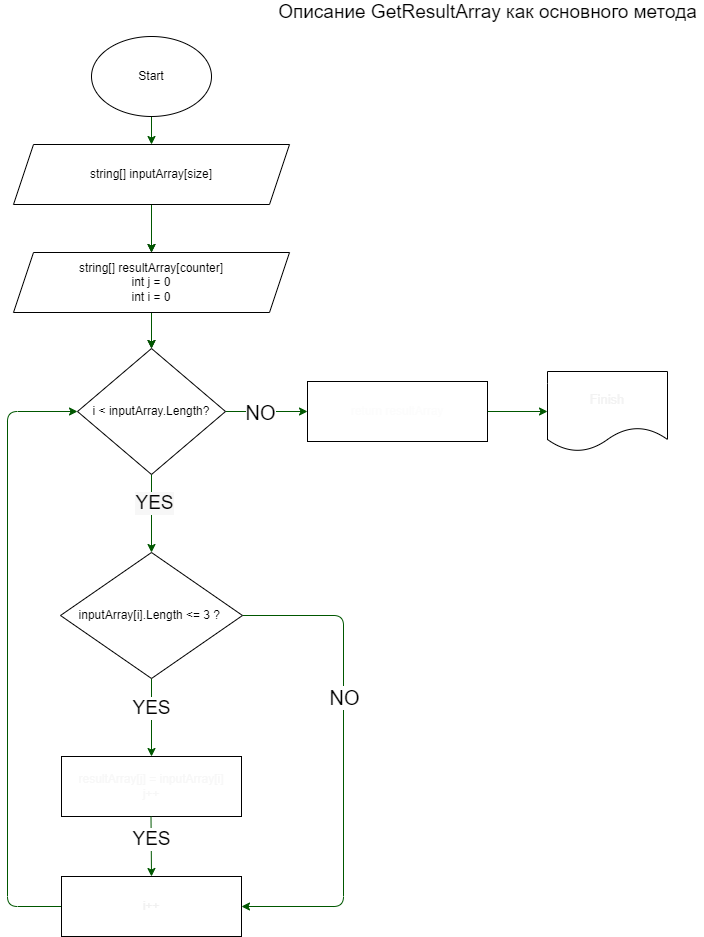
This is block.drawio.png from IgorHolin/FirstBlockTest, a draw.io export, as it was before one commit. Source tidied: cells renumbered, new cells last; positions are measured from the earlier drawing's top-left corner, leaving out a move shared by most shapes.
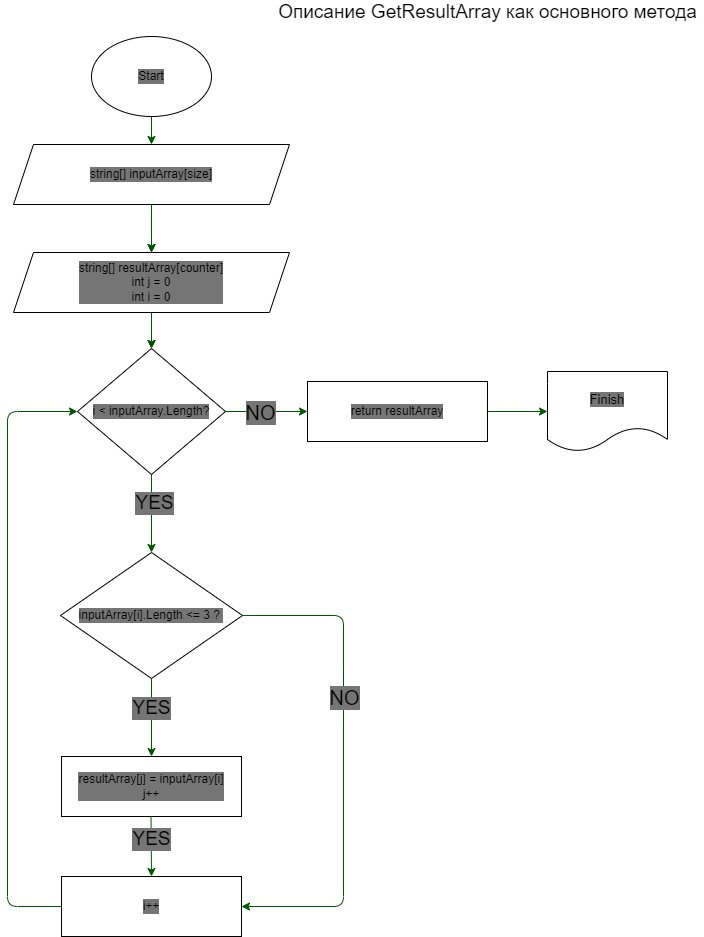
The same diagram one commit later.

The edit, as a diff of the source:
```diff
@@ -2,60 +2,60 @@
   <root>
     <mxCell id="0" />
     <mxCell id="1" parent="0" />
-    <mxCell id="2" style="edgeStyle=none;html=1;exitX=0.5;exitY=1;exitDx=0;exitDy=0;entryX=0.5;entryY=0;entryDx=0;entryDy=0;fontSize=19;fontColor=#000000;fillColor=#008a00;strokeColor=#005700;" parent="1" edge="1" source="3" target="6">
+    <mxCell id="2" style="edgeStyle=none;html=1;exitX=0.5;exitY=1;exitDx=0;exitDy=0;entryX=0.5;entryY=0;entryDx=0;entryDy=0;fontSize=19;fontColor=#000000;fillColor=#008a00;strokeColor=#005700;labelBackgroundColor=#757575;" parent="1" edge="1" source="3" target="6">
       <mxGeometry relative="1" as="geometry" />
     </mxCell>
-    <mxCell id="3" value="Start" style="ellipse;whiteSpace=wrap;html=1;" parent="1" vertex="1">
+    <mxCell id="3" value="Start" style="ellipse;whiteSpace=wrap;html=1;fontColor=#000000;labelBackgroundColor=#757575;" parent="1" vertex="1">
       <mxGeometry x="84" y="36" width="120" height="80" as="geometry" />
     </mxCell>
-    <mxCell id="4" style="edgeStyle=none;html=1;fontSize=19;fontColor=#000000;" parent="1" edge="1" source="6" target="10">
+    <mxCell id="4" style="edgeStyle=none;html=1;fontSize=19;fontColor=#000000;labelBackgroundColor=#757575;" parent="1" edge="1" source="6" target="10">
       <mxGeometry relative="1" as="geometry" />
     </mxCell>
-    <mxCell id="5" style="edgeStyle=none;html=1;exitX=0.5;exitY=1;exitDx=0;exitDy=0;entryX=0.5;entryY=0;entryDx=0;entryDy=0;fontSize=19;fontColor=#000000;fillColor=#008a00;strokeColor=#005700;" parent="1" edge="1" source="6" target="10">
+    <mxCell id="5" style="edgeStyle=none;html=1;exitX=0.5;exitY=1;exitDx=0;exitDy=0;entryX=0.5;entryY=0;entryDx=0;entryDy=0;fontSize=19;fontColor=#000000;fillColor=#008a00;strokeColor=#005700;labelBackgroundColor=#757575;" parent="1" edge="1" source="6" target="10">
       <mxGeometry relative="1" as="geometry" />
     </mxCell>
-    <mxCell id="6" value="string[] inputArray[size]&lt;br&gt;" style="shape=parallelogram;perimeter=parallelogramPerimeter;whiteSpace=wrap;html=1;fixedSize=1;" parent="1" vertex="1">
+    <mxCell id="6" value="string[] inputArray[size]&lt;br&gt;" style="shape=parallelogram;perimeter=parallelogramPerimeter;whiteSpace=wrap;html=1;fixedSize=1;fontColor=#000000;labelBackgroundColor=#757575;" parent="1" vertex="1">
       <mxGeometry x="6" y="144" width="276" height="60" as="geometry" />
     </mxCell>
     <mxCell id="7" value="&lt;font color=&quot;#000000&quot; style=&quot;font-size: 19px&quot;&gt;Описание GetResultArray как основного метода&lt;/font&gt;" style="text;html=1;align=center;verticalAlign=middle;strokeColor=none;fillColor=none;" parent="1" vertex="1">
       <mxGeometry x="264" width="432" height="24" as="geometry" />
     </mxCell>
-    <mxCell id="8" style="edgeStyle=none;html=1;fontSize=19;fontColor=#000000;" parent="1" edge="1" source="10" target="15">
+    <mxCell id="8" style="edgeStyle=none;html=1;fontSize=19;fontColor=#000000;labelBackgroundColor=#757575;" parent="1" edge="1" source="10" target="15">
       <mxGeometry relative="1" as="geometry" />
     </mxCell>
-    <mxCell id="9" style="edgeStyle=none;html=1;exitX=0.5;exitY=1;exitDx=0;exitDy=0;fontSize=19;fontColor=#000000;fillColor=#008a00;strokeColor=#005700;" parent="1" edge="1" source="10">
+    <mxCell id="9" style="edgeStyle=none;html=1;exitX=0.5;exitY=1;exitDx=0;exitDy=0;fontSize=19;fontColor=#000000;fillColor=#008a00;strokeColor=#005700;labelBackgroundColor=#757575;" parent="1" edge="1" source="10">
       <mxGeometry relative="1" as="geometry">
         <mxPoint x="144" y="348" as="targetPoint" />
       </mxGeometry>
     </mxCell>
-    <mxCell id="10" value="string[] resultArray[counter]&lt;br&gt;int j = 0&lt;br&gt;int i = 0" style="shape=parallelogram;perimeter=parallelogramPerimeter;whiteSpace=wrap;html=1;fixedSize=1;" parent="1" vertex="1">
+    <mxCell id="10" value="string[] resultArray[counter]&lt;br&gt;int j = 0&lt;br&gt;int i = 0" style="shape=parallelogram;perimeter=parallelogramPerimeter;whiteSpace=wrap;html=1;fixedSize=1;fontColor=#000000;labelBackgroundColor=#757575;" parent="1" vertex="1">
       <mxGeometry x="6" y="252" width="276" height="60" as="geometry" />
     </mxCell>
-    <mxCell id="11" style="edgeStyle=none;html=1;exitX=1;exitY=0.5;exitDx=0;exitDy=0;fontSize=19;fontColor=#000000;fillColor=#008a00;strokeColor=#005700;" parent="1" edge="1" source="15">
+    <mxCell id="11" style="edgeStyle=none;html=1;exitX=1;exitY=0.5;exitDx=0;exitDy=0;fontSize=19;fontColor=#000000;fillColor=#008a00;strokeColor=#005700;labelBackgroundColor=#757575;" parent="1" edge="1" source="15">
       <mxGeometry relative="1" as="geometry">
         <mxPoint x="300" y="411" as="targetPoint" />
       </mxGeometry>
     </mxCell>
-    <mxCell id="12" value="NO" style="edgeLabel;html=1;align=center;verticalAlign=middle;fontSize=20;fontColor=#000000;labelBackgroundColor=#FFFFFF;" parent="11" vertex="1">
+    <mxCell id="12" value="NO" style="edgeLabel;html=1;align=center;verticalAlign=middle;fontSize=20;fontColor=#000000;labelBackgroundColor=#757575;" parent="11" vertex="1">
       <mxGeometry x="-0.48" y="-4" relative="1" as="geometry">
         <mxPoint x="13" y="-4" as="offset" />
       </mxGeometry>
     </mxCell>
-    <mxCell id="13" style="edgeStyle=none;html=1;entryX=0.5;entryY=0;entryDx=0;entryDy=0;fontSize=19;fontColor=#000000;fillColor=#008a00;strokeColor=#005700;" parent="1" edge="1" source="15" target="19">
+    <mxCell id="13" style="edgeStyle=none;html=1;entryX=0.5;entryY=0;entryDx=0;entryDy=0;fontSize=19;fontColor=#000000;fillColor=#008a00;strokeColor=#005700;labelBackgroundColor=#757575;" parent="1" edge="1" source="15" target="19">
       <mxGeometry relative="1" as="geometry" />
     </mxCell>
-    <mxCell id="14" value="YES" style="edgeLabel;html=1;align=center;verticalAlign=middle;fontSize=19;fontColor=#000000;labelBackgroundColor=#F7F7F7;" parent="13" vertex="1">
+    <mxCell id="14" value="YES" style="edgeLabel;html=1;align=center;verticalAlign=middle;fontSize=19;fontColor=#000000;labelBackgroundColor=#757575;" parent="13" vertex="1">
       <mxGeometry x="-0.28" y="2" relative="1" as="geometry" />
     </mxCell>
-    <mxCell id="15" value="i &amp;lt; inputArray.Length?" style="rhombus;whiteSpace=wrap;html=1;" parent="1" vertex="1">
+    <mxCell id="15" value="i &amp;lt; inputArray.Length?" style="rhombus;whiteSpace=wrap;html=1;fontColor=#000000;labelBackgroundColor=#757575;" parent="1" vertex="1">
       <mxGeometry x="70" y="348" width="148" height="126" as="geometry" />
     </mxCell>
-    <mxCell id="16" value="YES" style="edgeStyle=none;html=1;exitX=0.5;exitY=1;exitDx=0;exitDy=0;fontSize=19;fontColor=#000000;fillColor=#008a00;strokeColor=#005700;labelBackgroundColor=#FFFFFF;" parent="1" edge="1" source="19">
+    <mxCell id="16" value="YES" style="edgeStyle=none;html=1;exitX=0.5;exitY=1;exitDx=0;exitDy=0;fontSize=19;fontColor=#000000;fillColor=#008a00;strokeColor=#005700;labelBackgroundColor=#757575;" parent="1" edge="1" source="19">
       <mxGeometry x="-0.23" relative="1" as="geometry">
         <mxPoint x="144" y="756" as="targetPoint" />
       </mxGeometry>
     </mxCell>
-    <mxCell id="17" style="edgeStyle=none;html=1;exitX=1;exitY=0.5;exitDx=0;exitDy=0;entryX=1;entryY=0.5;entryDx=0;entryDy=0;labelBackgroundColor=#FFFFFF;fontSize=12;fontColor=#FFFFFF;fillColor=#008a00;strokeColor=#005700;" parent="1" edge="1" source="19" target="22">
+    <mxCell id="17" style="edgeStyle=none;html=1;exitX=1;exitY=0.5;exitDx=0;exitDy=0;entryX=1;entryY=0.5;entryDx=0;entryDy=0;labelBackgroundColor=#757575;fontSize=12;fontColor=#000000;fillColor=#008a00;strokeColor=#005700;" parent="1" edge="1" source="19" target="22">
       <mxGeometry relative="1" as="geometry">
         <Array as="points">
           <mxPoint x="336" y="615" />
@@ -63,16 +63,16 @@
         </Array>
       </mxGeometry>
     </mxCell>
-    <mxCell id="18" value="NO" style="edgeLabel;html=1;align=center;verticalAlign=middle;fontSize=20;fontColor=#000000;labelBackgroundColor=#FFFFFF;" parent="17" vertex="1">
+    <mxCell id="18" value="NO" style="edgeLabel;html=1;align=center;verticalAlign=middle;fontSize=20;fontColor=#000000;labelBackgroundColor=#757575;" parent="17" vertex="1">
       <mxGeometry x="-0.26" relative="1" as="geometry" />
     </mxCell>
-    <mxCell id="19" value="inputArray[i].Length &amp;lt;= 3 ?&amp;nbsp;" style="rhombus;whiteSpace=wrap;html=1;labelBackgroundColor=default;" parent="1" vertex="1">
+    <mxCell id="19" value="inputArray[i].Length &amp;lt;= 3 ?&amp;nbsp;" style="rhombus;whiteSpace=wrap;html=1;labelBackgroundColor=#757575;fontColor=#000000;" parent="1" vertex="1">
       <mxGeometry x="53" y="552" width="182" height="126" as="geometry" />
     </mxCell>
-    <mxCell id="20" value="resultArray[j] = inputArray[i]&lt;br&gt;j++" style="rounded=0;whiteSpace=wrap;html=1;labelBackgroundColor=default;fontSize=12;fontColor=#F7F7F7;" parent="1" vertex="1">
+    <mxCell id="20" value="resultArray[j] = inputArray[i]&lt;br&gt;j++" style="rounded=0;whiteSpace=wrap;html=1;labelBackgroundColor=#757575;fontSize=12;fontColor=#000000;" parent="1" vertex="1">
       <mxGeometry x="54" y="756" width="180" height="60" as="geometry" />
     </mxCell>
-    <mxCell id="21" style="edgeStyle=none;html=1;exitX=0;exitY=0.5;exitDx=0;exitDy=0;entryX=0;entryY=0.5;entryDx=0;entryDy=0;labelBackgroundColor=#FFFFFF;fontSize=20;fontColor=#000000;fillColor=#008a00;strokeColor=#005700;" parent="1" edge="1" source="22" target="15">
+    <mxCell id="21" style="edgeStyle=none;html=1;exitX=0;exitY=0.5;exitDx=0;exitDy=0;entryX=0;entryY=0.5;entryDx=0;entryDy=0;labelBackgroundColor=#757575;fontSize=20;fontColor=#000000;fillColor=#008a00;strokeColor=#005700;" parent="1" edge="1" source="22" target="15">
       <mxGeometry relative="1" as="geometry">
         <Array as="points">
           <mxPoint y="906" />
@@ -80,22 +80,22 @@
         </Array>
       </mxGeometry>
     </mxCell>
-    <mxCell id="22" value="&lt;font color=&quot;#f0f0f0&quot;&gt;i++&lt;/font&gt;" style="rounded=0;whiteSpace=wrap;html=1;labelBackgroundColor=default;fontSize=12;fontColor=#FFFFFF;" parent="1" vertex="1">
+    <mxCell id="22" value="&lt;font&gt;i++&lt;/font&gt;" style="rounded=0;whiteSpace=wrap;html=1;labelBackgroundColor=#757575;fontSize=12;fontColor=#000000;" parent="1" vertex="1">
       <mxGeometry x="54" y="876" width="180" height="60" as="geometry" />
     </mxCell>
-    <mxCell id="23" value="YES" style="edgeStyle=none;html=1;exitX=0.5;exitY=1;exitDx=0;exitDy=0;fontSize=19;fontColor=#000000;fillColor=#008a00;strokeColor=#005700;labelBackgroundColor=#FFFFFF;" parent="1" edge="1">
+    <mxCell id="23" value="YES" style="edgeStyle=none;html=1;exitX=0.5;exitY=1;exitDx=0;exitDy=0;fontSize=19;fontColor=#000000;fillColor=#008a00;strokeColor=#005700;labelBackgroundColor=#757575;" parent="1" edge="1">
       <mxGeometry x="-0.23" relative="1" as="geometry">
         <mxPoint x="143.5" y="816" as="sourcePoint" />
         <mxPoint x="144" y="876" as="targetPoint" />
       </mxGeometry>
     </mxCell>
-    <mxCell id="24" value="&lt;font color=&quot;#f2f2f2&quot;&gt;Finish&lt;/font&gt;" style="shape=document;whiteSpace=wrap;html=1;boundedLbl=1;labelBackgroundColor=default;fontSize=13;fontColor=#FFFFFF;" parent="1" vertex="1">
+    <mxCell id="24" value="&lt;font&gt;Finish&lt;/font&gt;" style="shape=document;whiteSpace=wrap;html=1;boundedLbl=1;labelBackgroundColor=#757575;fontSize=13;fontColor=#000000;" parent="1" vertex="1">
       <mxGeometry x="540" y="371" width="120" height="80" as="geometry" />
     </mxCell>
-    <mxCell id="25" style="edgeStyle=none;html=1;exitX=1;exitY=0.5;exitDx=0;exitDy=0;entryX=0;entryY=0.5;entryDx=0;entryDy=0;labelBackgroundColor=#FFFFFF;fontSize=20;fontColor=#000000;fillColor=#008a00;strokeColor=#005700;" parent="1" edge="1" source="26" target="24">
+    <mxCell id="25" style="edgeStyle=none;html=1;exitX=1;exitY=0.5;exitDx=0;exitDy=0;entryX=0;entryY=0.5;entryDx=0;entryDy=0;labelBackgroundColor=#757575;fontSize=20;fontColor=#000000;fillColor=#008a00;strokeColor=#005700;" parent="1" edge="1" source="26" target="24">
       <mxGeometry relative="1" as="geometry" />
     </mxCell>
-    <mxCell id="26" value="&lt;font color=&quot;#fcfcfc&quot;&gt;return resultArray&lt;/font&gt;" style="rounded=0;whiteSpace=wrap;html=1;labelBackgroundColor=default;fontSize=12;fontColor=#FFFFFF;" parent="1" vertex="1">
+    <mxCell id="26" value="&lt;font&gt;return resultArray&lt;/font&gt;" style="rounded=0;whiteSpace=wrap;html=1;labelBackgroundColor=#757575;fontSize=12;fontColor=#000000;" parent="1" vertex="1">
       <mxGeometry x="300" y="381" width="180" height="60" as="geometry" />
     </mxCell>
   </root>
```
